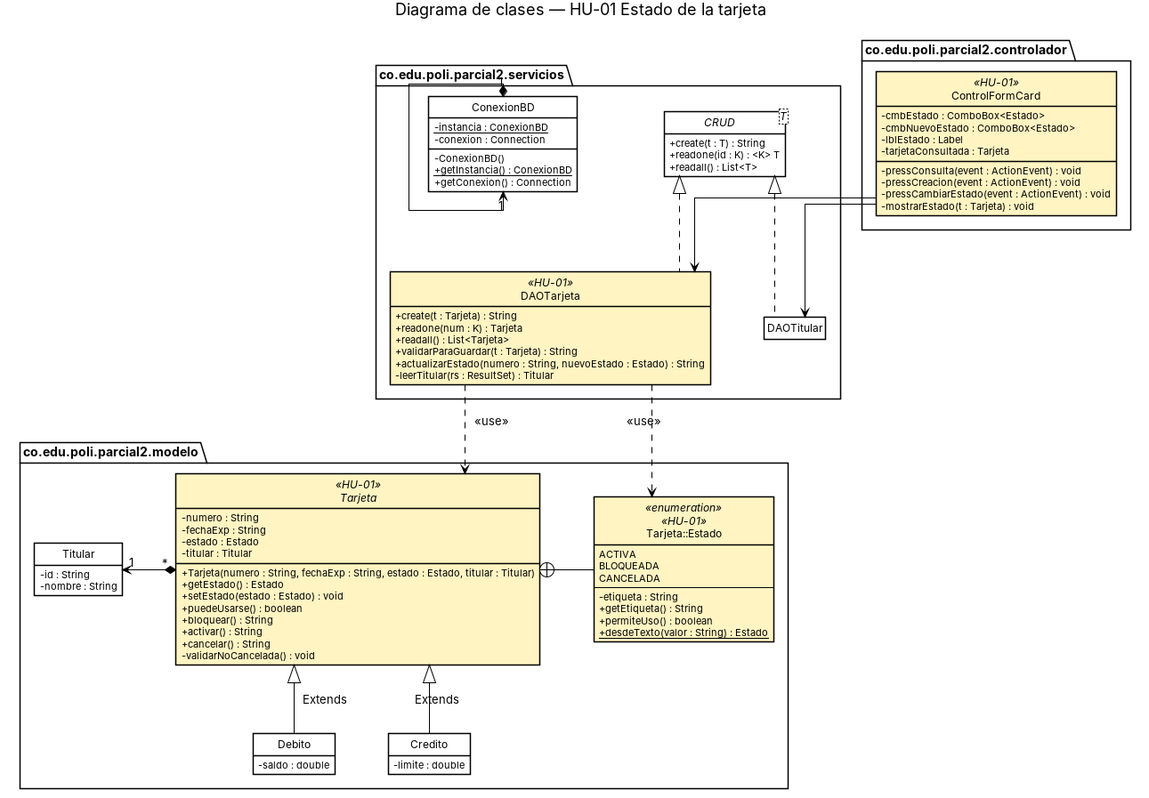
Before: docs/diagrama-clases.png, a diagram exported from PlantUML (Slowcombat/PRCT2). Its source is kept beside it as docs/diagrama-clases.puml.
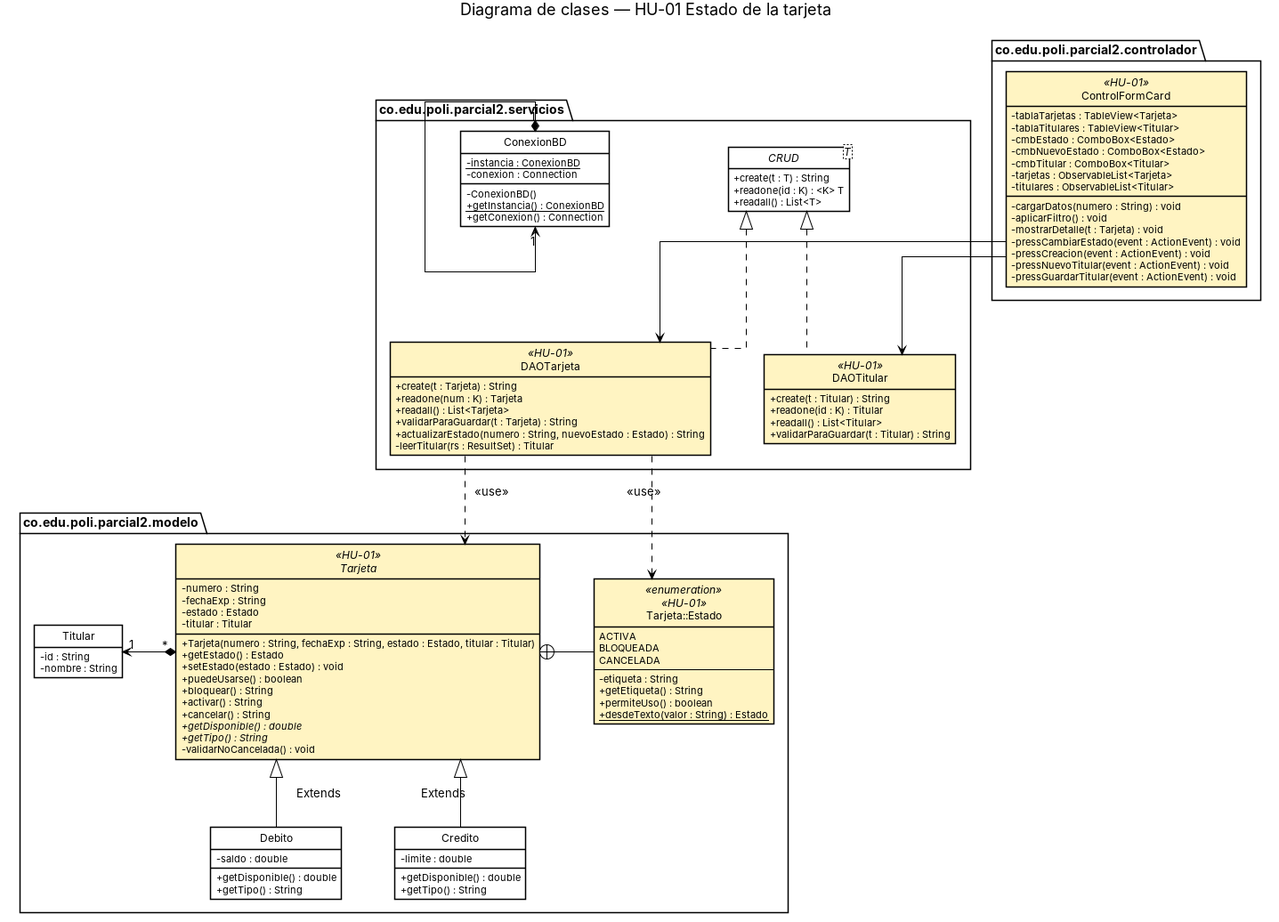
Above is the later version.

Diff of the diagram source:
```diff
@@ -29,6 +29,8 @@
     + bloquear() : String
     + activar() : String
     + cancelar() : String
+    + {abstract} getDisponible() : double
+    + {abstract} getTipo() : String
     - validarNoCancelada() : void
   }
 
@@ -50,10 +52,14 @@
 
   class Debito {
     - saldo : double
+    + getDisponible() : double
+    + getTipo() : String
   }
 
   class Credito {
     - limite : double
+    + getDisponible() : double
+    + getTipo() : String
   }
 
   Titular "*" <-left-* "1" Tarjeta
@@ -87,7 +93,11 @@
     - leerTitular(rs : ResultSet) : Titular
   }
 
-  class DAOTitular {
+  class DAOTitular <<HU-01>> {
+    + create(t : Titular) : String
+    + readone(id : K) : Titular
+    + readall() : List<Titular>
+    + validarParaGuardar(t : Titular) : String
   }
 
   ConexionBD "1" *--> "1" ConexionBD
@@ -97,14 +107,20 @@
 
 package "co.edu.poli.parcial2.controlador" {
   class ControlFormCard <<HU-01>> {
+    - tablaTarjetas : TableView<Tarjeta>
+    - tablaTitulares : TableView<Titular>
     - cmbEstado : ComboBox<Estado>
     - cmbNuevoEstado : ComboBox<Estado>
-    - lblEstado : Label
-    - tarjetaConsultada : Tarjeta
-    - pressConsulta(event : ActionEvent) : void
+    - cmbTitular : ComboBox<Titular>
+    - tarjetas : ObservableList<Tarjeta>
+    - titulares : ObservableList<Titular>
+    - cargarDatos(numero : String) : void
+    - aplicarFiltro() : void
+    - mostrarDetalle(t : Tarjeta) : void
+    - pressCambiarEstado(event : ActionEvent) : void
     - pressCreacion(event : ActionEvent) : void
-    - pressCambiarEstado(event : ActionEvent) : void
-    - mostrarEstado(t : Tarjeta) : void
+    - pressNuevoTitular(event : ActionEvent) : void
+    - pressGuardarTitular(event : ActionEvent) : void
   }
 }
 
```
